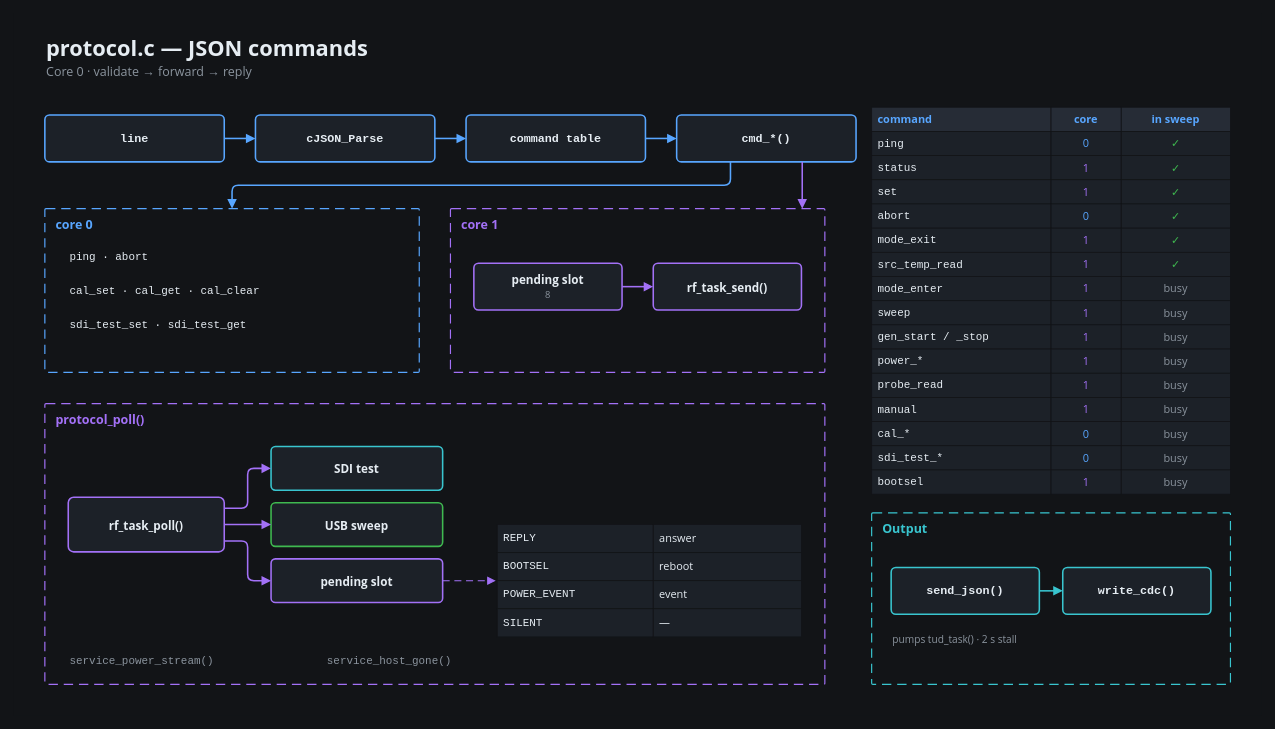
This is docs/presentation/diagrams/code-12-protocol.drawio from ml3rc/SNA, a draw.io file, before an edit. Source tidied: cells renumbered, new cells numbered last; positions are measured from the earlier drawing's top-left corner, leaving out a move shared by most shapes. Both pictures are drawn from the tidied source at 78%, with x=0, y=0 at pixel (13, 13).
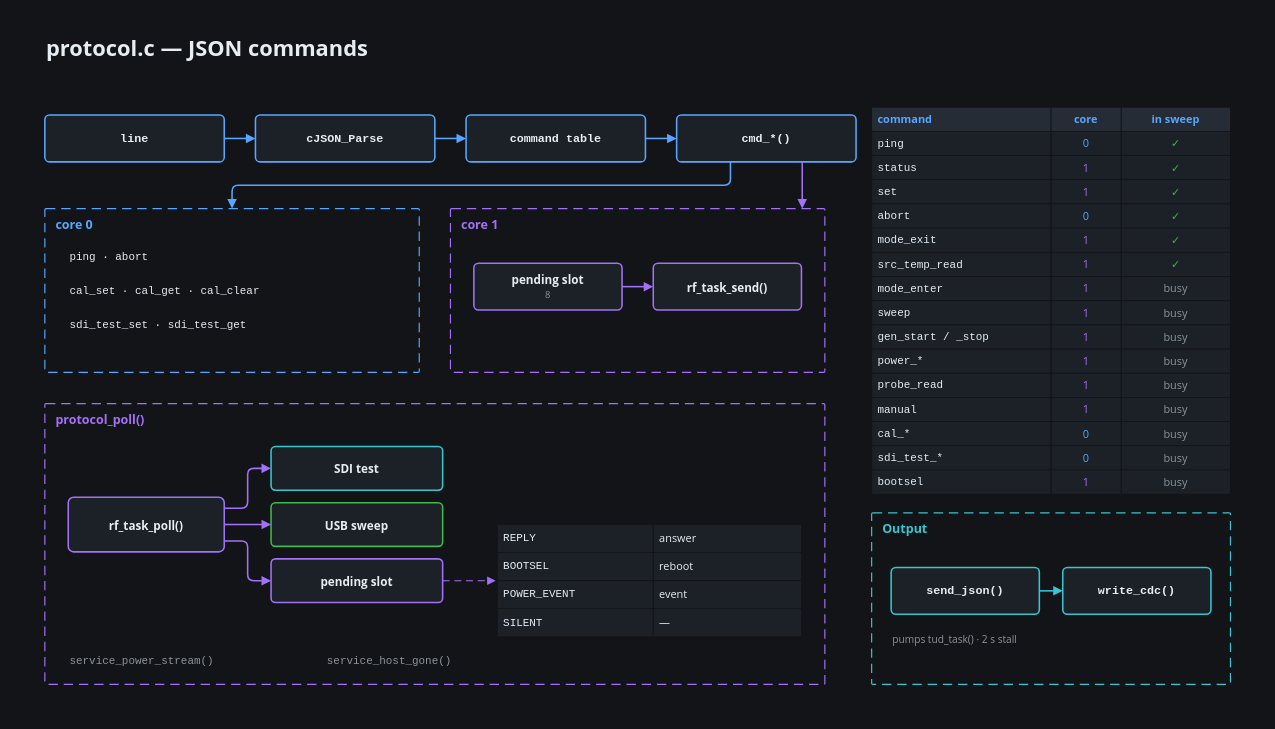
The same diagram, later.

The edit, as a diff of the source:
```diff
@@
-    <mxCell id="8" value="Core 0 · validate → forward → reply" style="text;html=1;whiteSpace=wrap;strokeColor=none;fillColor=none;fontColor=#8B949E;fontFamily=Segoe UI;fontSize=16;fontStyle=0;align=left;verticalAlign=middle;" parent="1" vertex="1">
-      <mxGeometry x="40" y="62" width="1520" height="26" as="geometry" />
-    </mxCell>
```
